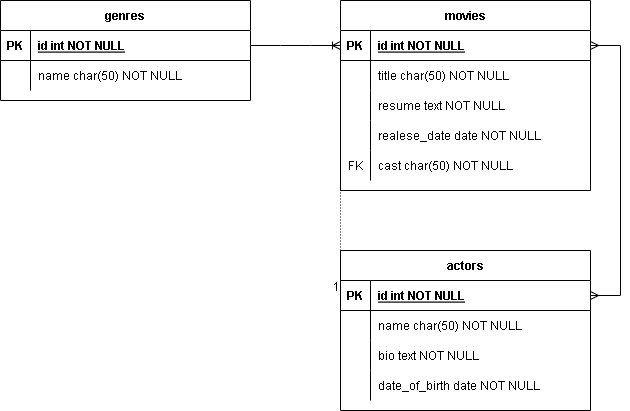
This is QUIZ 3/erd.png from Rizky-Albani/JCC-Nodejs-Backend-Adonis, a draw.io export, as it was before one commit. Source tidied: cells renumbered, new cells last; positions are measured from the earlier drawing's top-left corner, leaving out a move shared by most shapes.
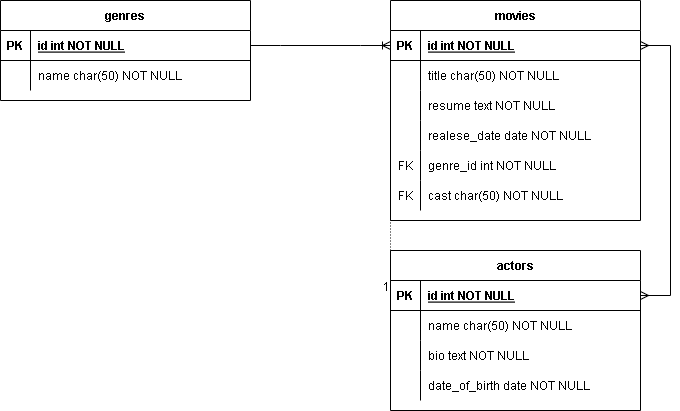
Above is the later version.

What changed in the source:
```diff
@@ -3,7 +3,7 @@
     <mxCell id="0" />
     <mxCell id="1" parent="0" />
     <mxCell id="2" value="movies" style="shape=table;startSize=30;rowLines=0;fontStyle=1;align=center;" parent="1" vertex="1">
-      <mxGeometry x="340" width="250" height="190" as="geometry" />
+      <mxGeometry x="340" width="250" height="220" as="geometry" />
     </mxCell>
     <mxCell id="3" style="shape=partialRectangle;fillColor=none;points=[[0,0.5],[1,0.5]];portConstraint=eastwest;top=0;left=0;right=0;bottom=1;" parent="2" vertex="1">
       <mxGeometry y="30" width="250" height="30" as="geometry" />
@@ -41,8 +41,17 @@
     <mxCell id="14" value="realese_date date NOT NULL" style="shape=partialRectangle;fillColor=none;top=0;left=0;bottom=0;right=0;align=left;spacingLeft=6;overflow=hidden;" parent="12" vertex="1">
       <mxGeometry x="30" width="220" height="30" as="geometry" />
     </mxCell>
+    <mxCell id="42" style="shape=tableRow;horizontal=0;startSize=0;swimlaneHead=0;swimlaneBody=0;fillColor=none;top=0;left=0;right=0;bottom=0;" parent="2" vertex="1">
+      <mxGeometry y="150" width="250" height="30" as="geometry" />
+    </mxCell>
+    <mxCell id="43" value="FK" style="shape=partialRectangle;fillColor=none;top=0;left=0;bottom=0;right=0;overflow=hidden;" parent="42" vertex="1">
+      <mxGeometry width="30" height="30" as="geometry" />
+    </mxCell>
+    <mxCell id="44" value="genre_id int NOT NULL" style="shape=partialRectangle;fillColor=none;top=0;left=0;bottom=0;right=0;align=left;spacingLeft=6;overflow=hidden;" parent="42" vertex="1">
+      <mxGeometry x="30" width="220" height="30" as="geometry" />
+    </mxCell>
     <mxCell id="15" style="shape=tableRow;horizontal=0;startSize=0;swimlaneHead=0;swimlaneBody=0;fillColor=none;points=[[0,0.5],[1,0.5]];portConstraint=eastwest;top=0;left=0;right=0;bottom=0;" parent="2" vertex="1">
-      <mxGeometry y="150" width="250" height="30" as="geometry" />
+      <mxGeometry y="180" width="250" height="30" as="geometry" />
     </mxCell>
     <mxCell id="16" value="FK" style="shape=partialRectangle;fillColor=none;top=0;left=0;bottom=0;right=0;overflow=hidden;" parent="15" vertex="1">
       <mxGeometry width="30" height="30" as="geometry" />
@@ -90,7 +99,7 @@
       <mxGeometry x="30" width="220" height="30" as="geometry" />
     </mxCell>
     <mxCell id="31" value="genres" style="shape=table;startSize=30;rowLines=0;fontStyle=1;align=center;" parent="1" vertex="1">
-      <mxGeometry width="250" height="100" as="geometry" />
+      <mxGeometry x="-50" width="250" height="100" as="geometry" />
     </mxCell>
     <mxCell id="32" style="shape=partialRectangle;fillColor=none;points=[[0,0.5],[1,0.5]];portConstraint=eastwest;top=0;left=0;right=0;bottom=1;" parent="31" vertex="1">
       <mxGeometry y="30" width="250" height="30" as="geometry" />
```
